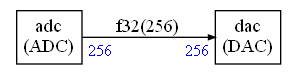
Arm-Examples/CMSIS-Stream-PoC keeps this Graphviz diagram as ComputeGraph/Pictures/graph_latency_study.png. Above is the earlier version. Its source is kept beside it as ComputeGraph/Pictures/graph_latency_study.dot. Source of this version:
```dot
digraph structs {
    node [shape=plaintext]
    rankdir=LR
    edge [arrowsize=0.5]
    fontname="times"


adc [label=<
<TABLE BORDER="0" CELLBORDER="1" CELLSPACING="0" CELLPADDING="4">
  <TR>
    <TD ALIGN="CENTER" PORT="i">adc<BR/>(ADC)</TD>
  </TR>
</TABLE>>];

dac [label=<
<TABLE BORDER="0" CELLBORDER="1" CELLSPACING="0" CELLPADDING="4">
  <TR>
    <TD ALIGN="CENTER" PORT="i">dac<BR/>(DAC)</TD>
  </TR>
</TABLE>>];



adc:i -> dac:i [label="f32(256)"
,headlabel=<<TABLE BORDER="0" CELLPADDING="2"><TR><TD><FONT COLOR="blue" POINT-SIZE="12.0" >256</FONT>
</TD></TR></TABLE>>
,taillabel=<<TABLE BORDER="0" CELLPADDING="2"><TR><TD><FONT COLOR="blue" POINT-SIZE="12.0" >256</FONT>
</TD></TR></TABLE>>]


}
```
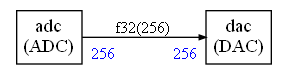
After the change.

What changed in the source:
```diff
@@ -1,30 +1,30 @@
 digraph structs {
-    node [shape=plaintext]
+    bgcolor = "white"
+    node [shape=plaintext,color="black",fontcolor="black",fontname="Times-Roman"]
     rankdir=LR
-    edge [arrowsize=0.5]
-    fontname="times"
+    edge [arrowsize="0.5",color="black",fontcolor="black",fontname="Times-Roman"]
 
 
 adc [label=<
-<TABLE BORDER="0" CELLBORDER="1" CELLSPACING="0" CELLPADDING="4">
+<TABLE color="black" bgcolor="none" BORDER="0" CELLBORDER="1" CELLSPACING="0" CELLPADDING="4">
   <TR>
-    <TD ALIGN="CENTER" PORT="i">adc<BR/>(ADC)</TD>
+    <TD ALIGN="CENTER" PORT="i"><FONT COLOR="black" POINT-SIZE="14.0">adc<BR/>(ADC)</FONT></TD>
   </TR>
 </TABLE>>];
 
 dac [label=<
-<TABLE BORDER="0" CELLBORDER="1" CELLSPACING="0" CELLPADDING="4">
+<TABLE color="black" bgcolor="none" BORDER="0" CELLBORDER="1" CELLSPACING="0" CELLPADDING="4">
   <TR>
-    <TD ALIGN="CENTER" PORT="i">dac<BR/>(DAC)</TD>
+    <TD ALIGN="CENTER" PORT="i"><FONT COLOR="black" POINT-SIZE="14.0">dac<BR/>(DAC)</FONT></TD>
   </TR>
 </TABLE>>];
 
 
 
-adc:i -> dac:i [label="f32(256)"
-,headlabel=<<TABLE BORDER="0" CELLPADDING="2"><TR><TD><FONT COLOR="blue" POINT-SIZE="12.0" >256</FONT>
+adc:i -> dac:i [style="solid",color="black",fontsize="12.0",fontcolor="black",label=<f32(256)>
+,headlabel=<<TABLE BORDER="0" CELLPADDING="4"><TR><TD><FONT COLOR="blue" POINT-SIZE="12.0" >256</FONT>
 </TD></TR></TABLE>>
-,taillabel=<<TABLE BORDER="0" CELLPADDING="2"><TR><TD><FONT COLOR="blue" POINT-SIZE="12.0" >256</FONT>
+,taillabel=<<TABLE BORDER="0" CELLPADDING="4"><TR><TD><FONT COLOR="blue" POINT-SIZE="12.0" >256</FONT>
 </TD></TR></TABLE>>]
 
 
```
